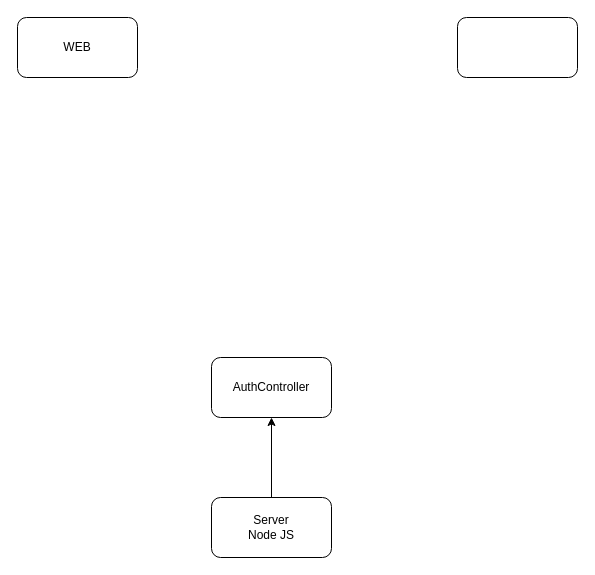
SashaTail/ToDoApp keeps this draw.io diagram as Untitled Diagram.drawio. Above is the earlier version. Source tidied: cells renumbered, new cells numbered last; positions are measured from the earlier drawing's top-left corner, leaving out a move shared by most shapes. Both pictures are drawn from the tidied source at 100%, with x=0, y=0 at pixel (17, 17).
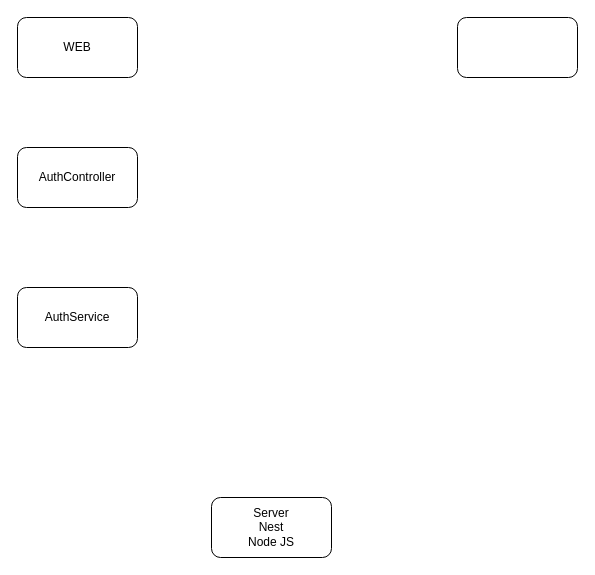
After the change.

Commit message (it also covers changes not shown here):
server api

Diff of the diagram source:
```diff
@@
 <mxGraphModel>
   <root>
     <mxCell id="0" />
     <mxCell id="1" parent="0" />
-    <mxCell id="2" style="edgeStyle=orthogonalEdgeStyle;rounded=0;jettySize=auto;html=1;" parent="1" edge="1" source="3" target="6">
-      <mxGeometry relative="1" as="geometry" />
-    </mxCell>
-    <mxCell id="3" value="Server&lt;br&gt;Node JS" style="rounded=1;whiteSpace=wrap;html=1;" parent="1" vertex="1">
+    <mxCell id="3" value="Server&lt;br&gt;Nest&lt;br&gt;Node JS" style="rounded=1;whiteSpace=wrap;html=1;" parent="1" vertex="1">
       <mxGeometry x="194" y="480" width="120" height="60" as="geometry" />
     </mxCell>
     <mxCell id="4" value="WEB" style="rounded=1;whiteSpace=wrap;html=1;" parent="1" vertex="1">
       <mxGeometry width="120" height="60" as="geometry" />
     </mxCell>
     <mxCell id="5" style="rounded=1;whiteSpace=wrap;html=1;" parent="1" vertex="1">
       <mxGeometry x="440" width="120" height="60" as="geometry" />
     </mxCell>
     <mxCell id="6" value="AuthController&lt;br&gt;" style="whiteSpace=wrap;html=1;rounded=1;" parent="1" vertex="1">
-      <mxGeometry x="194" y="340" width="120" height="60" as="geometry" />
+      <mxGeometry y="130" width="120" height="60" as="geometry" />
     </mxCell>
+    <mxCell id="7" value="AuthService&lt;br&gt;" style="whiteSpace=wrap;html=1;rounded=1;" parent="1" vertex="1">
+      <mxGeometry y="270" width="120" height="60" as="geometry" />
+    </mxCell>
   </root>
 </mxGraphModel>
```
